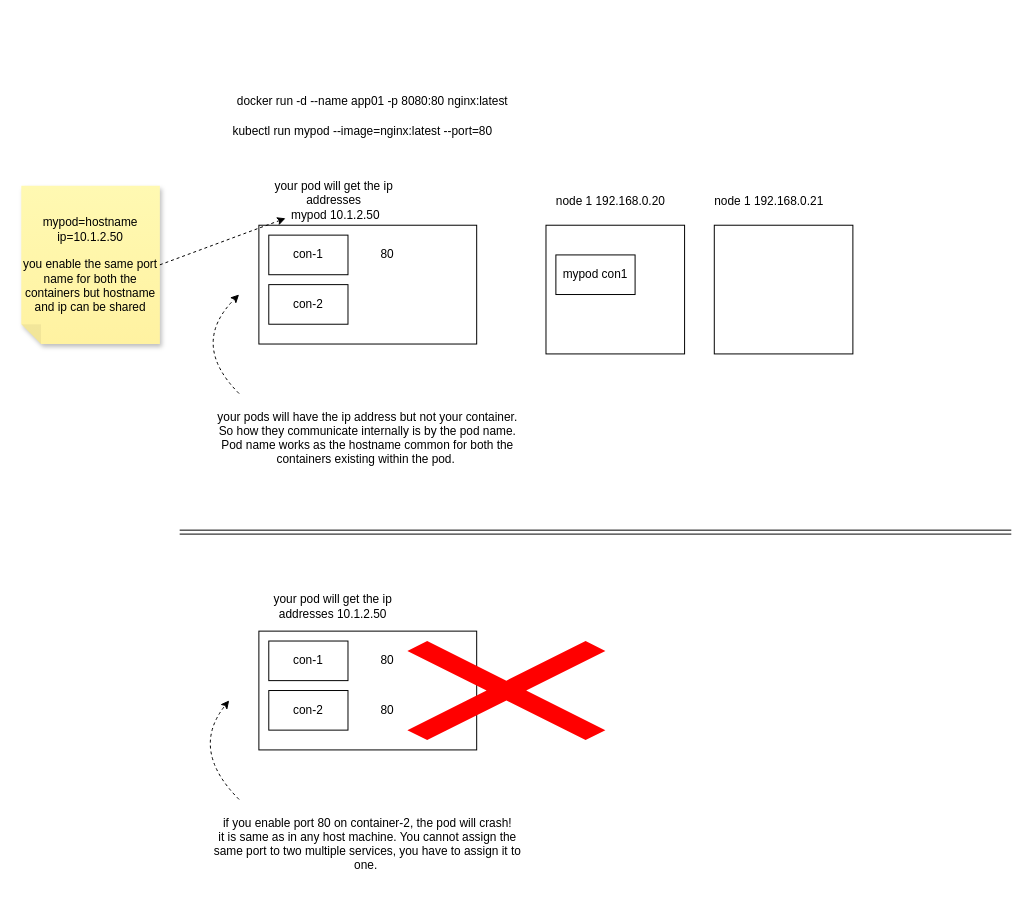
Before: Untitled Diagram.drawio in mussawirimam/Docker-kubernetes, a draw.io diagram. Source tidied: cells renumbered, new cells numbered last; positions are measured from the earlier drawing's top-left corner, leaving out a move shared by most shapes. Both pictures are drawn from the tidied source at 99%, with x=0, y=0 at pixel (21, 86).
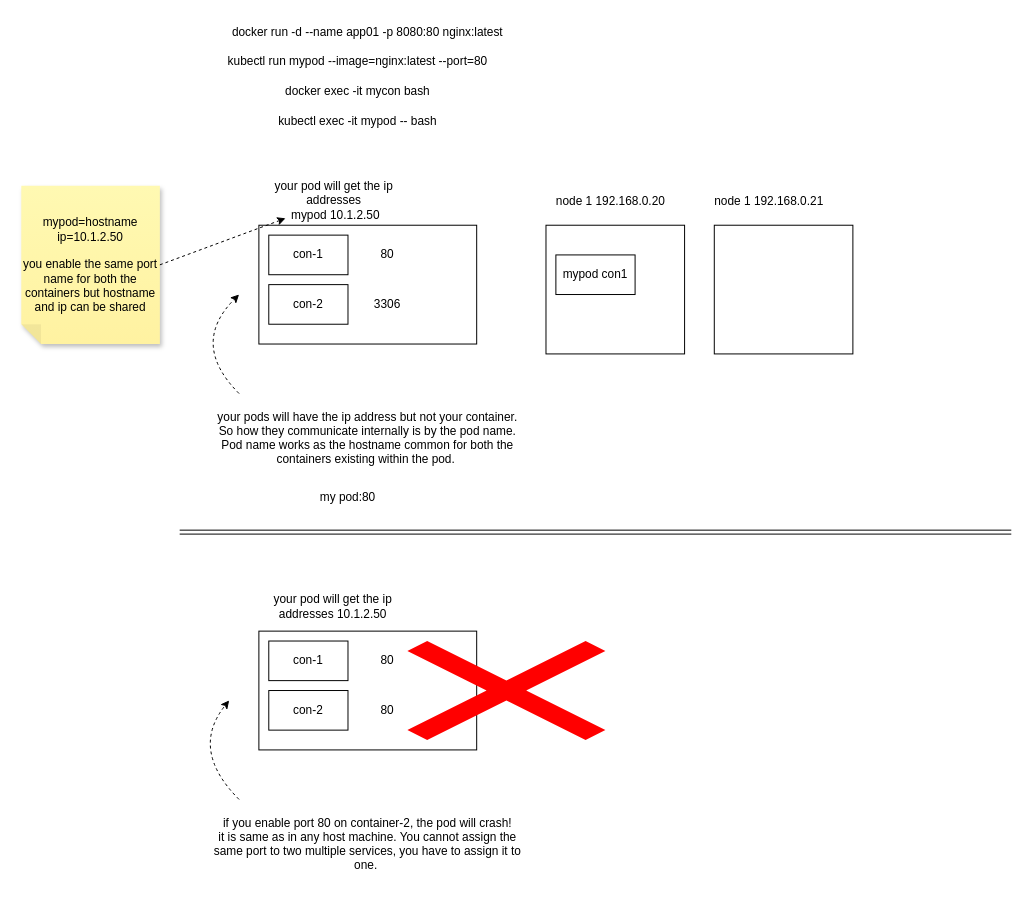
The same page after the edit.

What changed in the source:
```diff
@@
     <mxCell id="7" value="kubectl run mypod --image=nginx:latest --port=80" style="text;html=1;align=center;verticalAlign=middle;whiteSpace=wrap;rounded=0;" parent="1" vertex="1">
-      <mxGeometry x="210" y="30" width="270" height="30" as="geometry" />
+      <mxGeometry x="205" y="-40" width="270" height="30" as="geometry" />
     </mxCell>
     <mxCell id="8" value="docker run -d --name app01 -p 8080:80 nginx:latest" style="text;html=1;align=center;verticalAlign=middle;whiteSpace=wrap;rounded=0;" parent="1" vertex="1">
-      <mxGeometry x="210" width="290" height="30" as="geometry" />
+      <mxGeometry x="205" y="-70" width="290" height="30" as="geometry" />
     </mxCell>
@@
+    <mxCell id="28" value="3306" style="text;html=1;align=center;verticalAlign=middle;whiteSpace=wrap;rounded=0;" parent="1" vertex="1">
+      <mxGeometry x="340" y="205" width="60" height="30" as="geometry" />
+    </mxCell>
+    <mxCell id="29" value="my pod:80" style="text;html=1;align=center;verticalAlign=middle;whiteSpace=wrap;rounded=0;" parent="1" vertex="1">
+      <mxGeometry x="300" y="400" width="60" height="30" as="geometry" />
+    </mxCell>
+    <mxCell id="30" value="docker exec -it mycon bash" style="text;html=1;align=center;verticalAlign=middle;whiteSpace=wrap;rounded=0;" parent="1" vertex="1">
+      <mxGeometry x="205" y="-10" width="270" height="30" as="geometry" />
+    </mxCell>
+    <mxCell id="31" value="kubectl exec -it mypod -- bash" style="text;html=1;align=center;verticalAlign=middle;whiteSpace=wrap;rounded=0;" parent="1" vertex="1">
+      <mxGeometry x="205" y="20" width="270" height="30" as="geometry" />
+    </mxCell>
```
